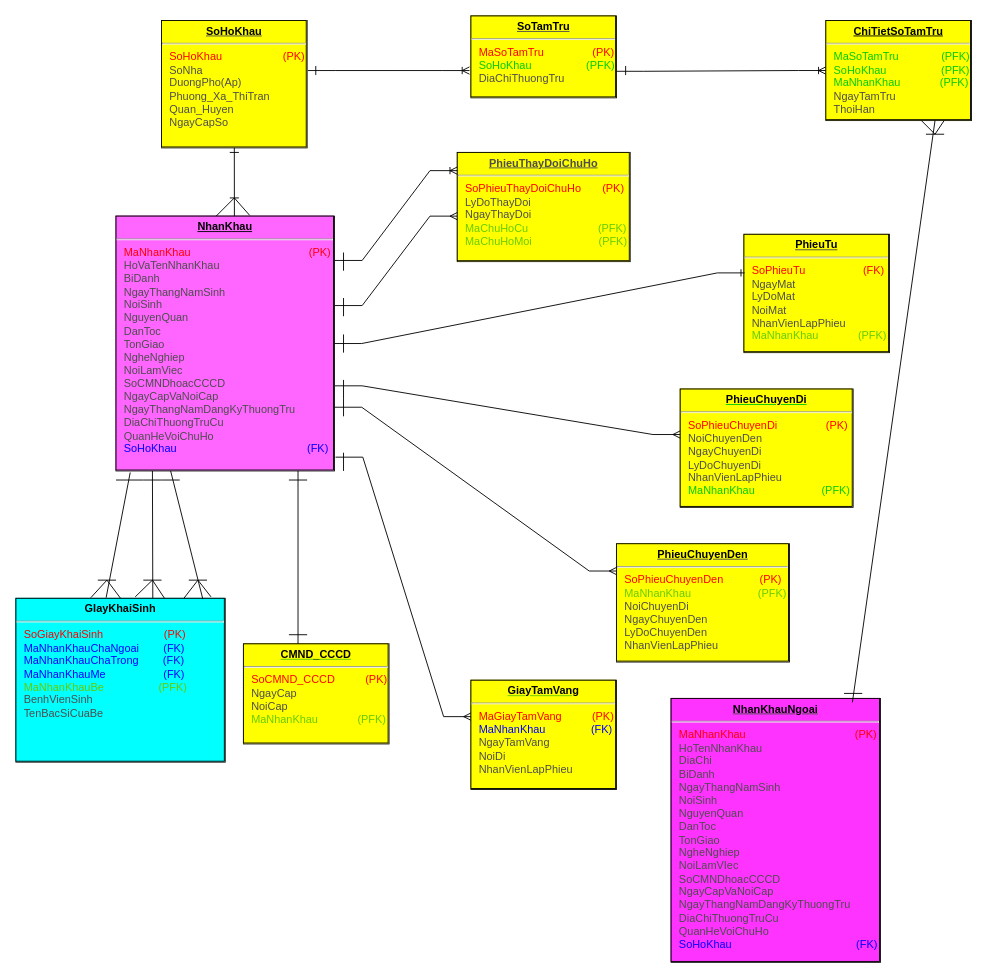
Earlier version of the draw.io diagram Biểu đồ không có tiêu đề.drawio (vuduy-2k3/UML). Source tidied: cells renumbered, new cells numbered last; positions are measured from the earlier drawing's top-left corner, leaving out a move shared by most shapes. Both pictures are drawn from the tidied source at 91%, with x=0, y=0 at pixel (15, 15).
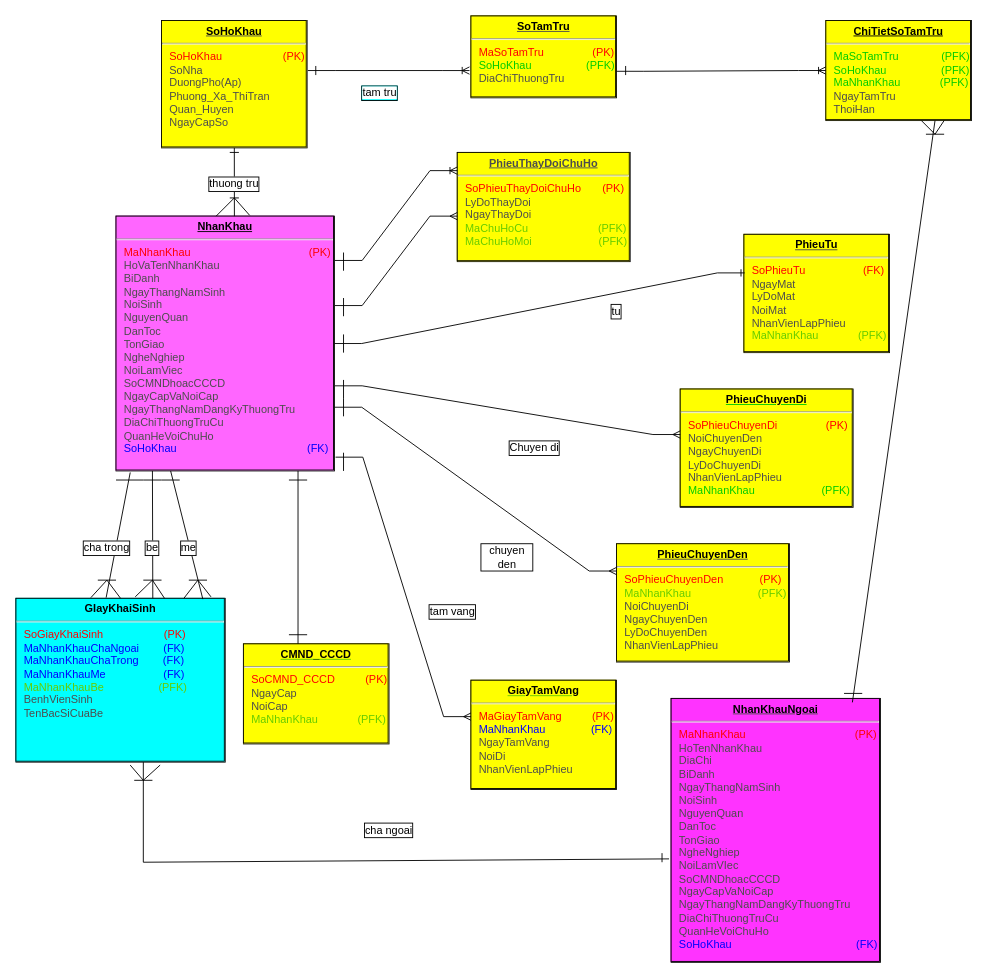
Above is the later version.

Commit message:
Cập nhật Biểu đồ không có tiêu đề.drawio

The change refers to these unchanged cells:
```xml
<mxCell id="12" value="&lt;p style=&quot;margin:0px;margin-top:4px;text-align:center;text-decoration:underline;&quot;&gt;&lt;b&gt;&lt;font color=&quot;#000000&quot;&gt;NhanKhauNgoai&lt;/font&gt;&lt;/b&gt;&lt;/p&gt;&lt;hr&gt;&lt;p style=&quot;margin:0px;margin-left:8px;&quot;&gt;&lt;font color=&quot;#ff0000&quot;&gt;MaNhanKhau&amp;nbsp; &amp;nbsp; &amp;nbsp; &amp;nbsp; &amp;nbsp; &amp;nbsp; &amp;nbsp; &amp;nbsp; &amp;nbsp; &amp;nbsp; &amp;nbsp; &amp;nbsp; &amp;nbsp; &amp;nbsp; &amp;nbsp; &amp;nbsp; &amp;nbsp; &amp;nbsp; (PK)&lt;/font&gt;&lt;br&gt;HoTenNhanKhau&lt;br&gt;DiaChi&lt;/p&gt;&lt;p style=&quot;margin:0px;margin-left:8px;&quot;&gt;BiDanh&lt;/p&gt;&lt;p style=&quot;margin:0px;margin-left:8px;&quot;&gt;NgayThangNamSinh&lt;/p&gt;&lt;p style=&quot;margin:0px;margin-left:8px;&quot;&gt;NoiSinh&lt;/p&gt;&lt;p style=&quot;margin:0px;margin-left:8px;&quot;&gt;NguyenQuan&lt;/p&gt;&lt;p style=&quot;margin:0px;margin-left:8px;&quot;&gt;DanToc&lt;/p&gt;&lt;p style=&quot;margin:0px;margin-left:8px;&quot;&gt;TonGiao&lt;/p&gt;&lt;p style=&quot;margin:0px;margin-left:8px;&quot;&gt;NgheNghiep&lt;/p&gt;&lt;p style=&quot;margin:0px;margin-left:8px;&quot;&gt;NoiLamVIec&lt;/p&gt;&lt;p style=&quot;margin:0px;margin-left:8px;&quot;&gt;SoCMNDhoacCCCD&lt;/p&gt;&lt;p style=&quot;color: rgb(0, 0, 0); margin: 0px 0px 0px 8px;&quot;&gt;&lt;font color=&quot;#4d4d4d&quot;&gt;NgayCapVaNoiCap&lt;/font&gt;&lt;/p&gt;&lt;p style=&quot;color: rgb(0, 0, 0); margin: 0px 0px 0px 8px;&quot;&gt;&lt;font color=&quot;#4d4d4d&quot;&gt;NgayThangNamDangKyThuongTru&lt;/font&gt;&lt;/p&gt;&lt;p style=&quot;color: rgb(0, 0, 0); margin: 0px 0px 0px 8px;&quot;&gt;&lt;font color=&quot;#4d4d4d&quot;&gt;DiaChiThuongTruCu&lt;/font&gt;&lt;/p&gt;&lt;p style=&quot;color: rgb(0, 0, 0); margin: 0px 0px 0px 8px;&quot;&gt;&lt;font color=&quot;#4d4d4d&quot;&gt;QuanHeVoiChuHo&lt;/font&gt;&lt;/p&gt;&lt;p style=&quot;color: rgb(0, 0, 0); margin: 0px 0px 0px 8px;&quot;&gt;&lt;font color=&quot;#0000ff&quot;&gt;SoHoKhau&amp;nbsp; &amp;nbsp; &amp;nbsp; &amp;nbsp; &amp;nbsp; &amp;nbsp; &amp;nbsp; &amp;nbsp; &amp;nbsp; &amp;nbsp; &amp;nbsp; &amp;nbsp; &amp;nbsp; &amp;nbsp; &amp;nbsp; &amp;nbsp; &amp;nbsp; &amp;nbsp; &amp;nbsp; &amp;nbsp; &amp;nbsp;(FK)&lt;/font&gt;&lt;/p&gt;&lt;p style=&quot;margin:0px;margin-left:8px;&quot;&gt;&lt;br&gt;&lt;/p&gt;" style="verticalAlign=top;align=left;overflow=fill;fontSize=12;fontFamily=Helvetica;html=1;labelBackgroundColor=#FF33FF;labelBorderColor=default;fontColor=#4D4D4D;" parent="1" vertex="1">
  <mxGeometry x="720" y="750" width="230" height="290" as="geometry" />
</mxCell>
<mxCell id="13" value="&lt;p style=&quot;margin:0px;margin-top:4px;text-align:center;text-decoration:underline;&quot;&gt;&lt;b&gt;&lt;font color=&quot;#000000&quot;&gt;GIayKhaiSinh&lt;/font&gt;&lt;/b&gt;&lt;/p&gt;&lt;hr&gt;&lt;p style=&quot;margin:0px;margin-left:8px;&quot;&gt;&lt;font color=&quot;#ff0000&quot;&gt;SoGiayKhaiSinh&amp;nbsp; &amp;nbsp; &amp;nbsp; &amp;nbsp; &amp;nbsp; &amp;nbsp; &amp;nbsp; &amp;nbsp; &amp;nbsp; &amp;nbsp; (PK)&lt;/font&gt;&lt;/p&gt;&lt;p style=&quot;margin:0px;margin-left:8px;&quot;&gt;&lt;font color=&quot;#0000ff&quot;&gt;MaNhanKhauChaNgoai&amp;nbsp; &amp;nbsp; &amp;nbsp; &amp;nbsp; (FK)&lt;/font&gt;&lt;/p&gt;&lt;p style=&quot;margin:0px;margin-left:8px;&quot;&gt;&lt;font color=&quot;#0000ff&quot;&gt;MaNhanKhauChaTrong&amp;nbsp; &amp;nbsp; &amp;nbsp; &amp;nbsp; (FK)&lt;/font&gt;&lt;/p&gt;&lt;p style=&quot;margin:0px;margin-left:8px;&quot;&gt;&lt;font color=&quot;#0000ff&quot;&gt;MaNhanKhauMe&amp;nbsp; &amp;nbsp; &amp;nbsp; &amp;nbsp; &amp;nbsp; &amp;nbsp; &amp;nbsp; &amp;nbsp; &amp;nbsp; &amp;nbsp;(FK)&lt;/font&gt;&lt;/p&gt;&lt;p style=&quot;margin:0px;margin-left:8px;&quot;&gt;&lt;font color=&quot;#66cc00&quot;&gt;MaNhanKhauBe&amp;nbsp; &amp;nbsp; &amp;nbsp; &amp;nbsp; &amp;nbsp; &amp;nbsp; &amp;nbsp; &amp;nbsp; &amp;nbsp; (PFK)&lt;/font&gt;&lt;/p&gt;&lt;p style=&quot;margin:0px;margin-left:8px;&quot;&gt;&lt;font color=&quot;#4d4d4d&quot;&gt;BenhVienSinh&lt;/font&gt;&lt;/p&gt;&lt;p style=&quot;margin:0px;margin-left:8px;&quot;&gt;&lt;font color=&quot;#4d4d4d&quot;&gt;TenBacSiCuaBe&lt;/font&gt;&lt;/p&gt;" style="verticalAlign=top;align=left;overflow=fill;fontSize=12;fontFamily=Helvetica;html=1;labelBackgroundColor=#00FFFF;labelBorderColor=default;fontColor=#00FFFF;" parent="1" vertex="1">
  <mxGeometry y="640" width="230" height="180" as="geometry" />
</mxCell>
```

The edit, as a diff of the source:
```diff
@@
+    <mxCell id="58" style="endArrow=none;html=1;fontColor=#66CC00;" parent="1" edge="1">
+      <mxGeometry relative="1" as="geometry">
+        <mxPoint x="140" y="930" as="sourcePoint" />
+        <mxPoint x="140" y="820" as="targetPoint" />
+      </mxGeometry>
+    </mxCell>
+    <mxCell id="59" style="endArrow=none;html=1;fontColor=#66CC00;entryX=-0.01;entryY=0.608;entryDx=0;entryDy=0;entryPerimeter=0;" parent="1" edge="1" target="12">
+      <mxGeometry relative="1" as="geometry">
+        <mxPoint x="140" y="930" as="sourcePoint" />
+      </mxGeometry>
+    </mxCell>
+    <mxCell id="60" style="endArrow=none;html=1;fontColor=#66CC00;entryX=0.689;entryY=1.018;entryDx=0;entryDy=0;entryPerimeter=0;" parent="1" edge="1" target="13">
+      <mxGeometry relative="1" as="geometry">
+        <mxPoint x="140" y="840" as="sourcePoint" />
+      </mxGeometry>
+    </mxCell>
+    <mxCell id="61" style="endArrow=none;html=1;fontColor=#66CC00;exitX=0.546;exitY=1.018;exitDx=0;exitDy=0;exitPerimeter=0;" parent="1" edge="1" source="13">
+      <mxGeometry relative="1" as="geometry">
+        <mxPoint x="140" y="840" as="targetPoint" />
+      </mxGeometry>
+    </mxCell>
+    <mxCell id="62" style="endArrow=none;html=1;fontColor=#66CC00;" parent="1" edge="1">
+      <mxGeometry relative="1" as="geometry">
+        <mxPoint x="130" y="840" as="sourcePoint" />
+        <mxPoint x="150" y="840" as="targetPoint" />
+      </mxGeometry>
+    </mxCell>
+    <mxCell id="63" style="endArrow=none;html=1;fontColor=#66CC00;" parent="1" edge="1">
+      <mxGeometry relative="1" as="geometry">
+        <mxPoint x="710" y="930" as="sourcePoint" />
+        <mxPoint x="710" y="920" as="targetPoint" />
+      </mxGeometry>
+    </mxCell>
+    <mxCell id="64" value="&lt;span style=&quot;background-color: rgb(255, 255, 255);&quot;&gt;&lt;font color=&quot;#000000&quot;&gt;tam tru&lt;/font&gt;&lt;/span&gt;" style="text;html=1;strokeColor=none;fillColor=none;align=center;verticalAlign=middle;whiteSpace=wrap;rounded=0;labelBackgroundColor=#00FFFF;labelBorderColor=default;fontColor=#66CC00;" parent="1" vertex="1">
+      <mxGeometry x="370" y="70" width="60" height="30" as="geometry" />
+    </mxCell>
+    <mxCell id="65" value="tu" style="text;html=1;strokeColor=none;fillColor=none;align=center;verticalAlign=middle;whiteSpace=wrap;rounded=0;labelBackgroundColor=#FFFFFF;labelBorderColor=default;fontColor=#000000;" parent="1" vertex="1">
+      <mxGeometry x="630" y="310" width="60" height="30" as="geometry" />
+    </mxCell>
+    <mxCell id="66" value="Chuyen di" style="text;html=1;strokeColor=none;fillColor=none;align=center;verticalAlign=middle;whiteSpace=wrap;rounded=0;labelBackgroundColor=#FFFFFF;labelBorderColor=default;fontColor=#000000;" parent="1" vertex="1">
+      <mxGeometry x="540" y="460" width="60" height="30" as="geometry" />
+    </mxCell>
+    <mxCell id="67" value="chuyen den" style="text;html=1;strokeColor=none;fillColor=none;align=center;verticalAlign=middle;whiteSpace=wrap;rounded=0;labelBackgroundColor=#FFFFFF;labelBorderColor=default;fontColor=#000000;" parent="1" vertex="1">
+      <mxGeometry x="510" y="580" width="60" height="30" as="geometry" />
+    </mxCell>
+    <mxCell id="68" value="tam vang" style="text;html=1;strokeColor=none;fillColor=none;align=center;verticalAlign=middle;whiteSpace=wrap;rounded=0;labelBackgroundColor=#FFFFFF;labelBorderColor=default;fontColor=#000000;" parent="1" vertex="1">
+      <mxGeometry x="450" y="640" width="60" height="30" as="geometry" />
+    </mxCell>
+    <mxCell id="69" value="cha ngoai" style="text;html=1;strokeColor=none;fillColor=none;align=center;verticalAlign=middle;whiteSpace=wrap;rounded=0;labelBackgroundColor=#FFFFFF;labelBorderColor=default;fontColor=#000000;" parent="1" vertex="1">
+      <mxGeometry x="380" y="880" width="60" height="30" as="geometry" />
+    </mxCell>
+    <mxCell id="70" value="be" style="text;html=1;strokeColor=none;fillColor=none;align=center;verticalAlign=middle;whiteSpace=wrap;rounded=0;labelBackgroundColor=#FFFFFF;labelBorderColor=default;fontColor=#000000;" parent="1" vertex="1">
+      <mxGeometry x="120" y="570" width="60" height="30" as="geometry" />
+    </mxCell>
+    <mxCell id="71" value="me" style="text;html=1;strokeColor=none;fillColor=none;align=center;verticalAlign=middle;whiteSpace=wrap;rounded=0;labelBackgroundColor=#FFFFFF;labelBorderColor=default;fontColor=#000000;" parent="1" vertex="1">
+      <mxGeometry x="160" y="570" width="60" height="30" as="geometry" />
+    </mxCell>
+    <mxCell id="72" value="cha trong" style="text;html=1;strokeColor=none;fillColor=none;align=center;verticalAlign=middle;whiteSpace=wrap;rounded=0;labelBackgroundColor=#FFFFFF;labelBorderColor=default;fontColor=#000000;" parent="1" vertex="1">
+      <mxGeometry x="70" y="570" width="60" height="30" as="geometry" />
+    </mxCell>
+    <mxCell id="73" value="thuong tru" style="text;html=1;strokeColor=none;fillColor=none;align=center;verticalAlign=middle;whiteSpace=wrap;rounded=0;labelBackgroundColor=#FFFFFF;labelBorderColor=default;fontColor=#000000;" parent="1" vertex="1">
+      <mxGeometry x="210" y="170" width="60" height="30" as="geometry" />
+    </mxCell>
```
